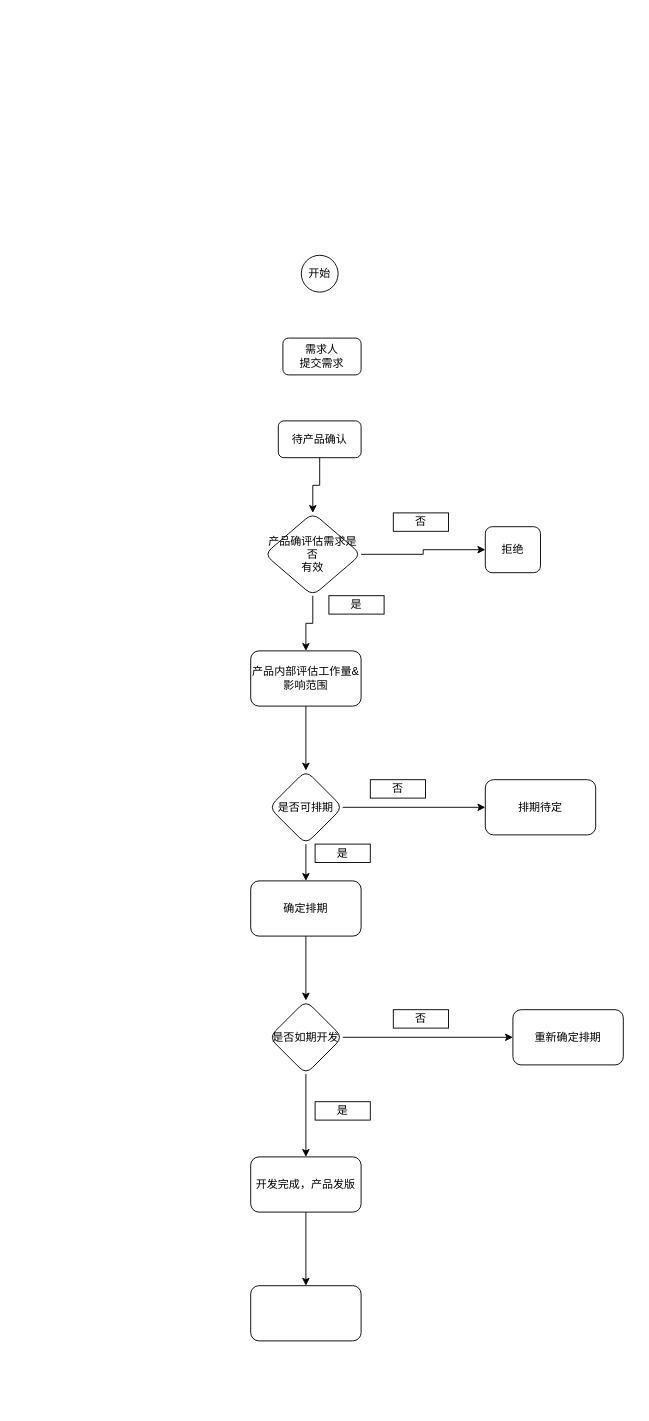
Hanan-Deng/website.github.io keeps this draw.io diagram as 需求处理状态流转图.drawio. Above is the earlier version. Source tidied: cells renumbered, new cells numbered last; positions are measured from the earlier drawing's top-left corner, leaving out a move shared by most shapes. Both pictures are drawn from the tidied source at 92%, with x=0, y=0 at pixel (250, 255).
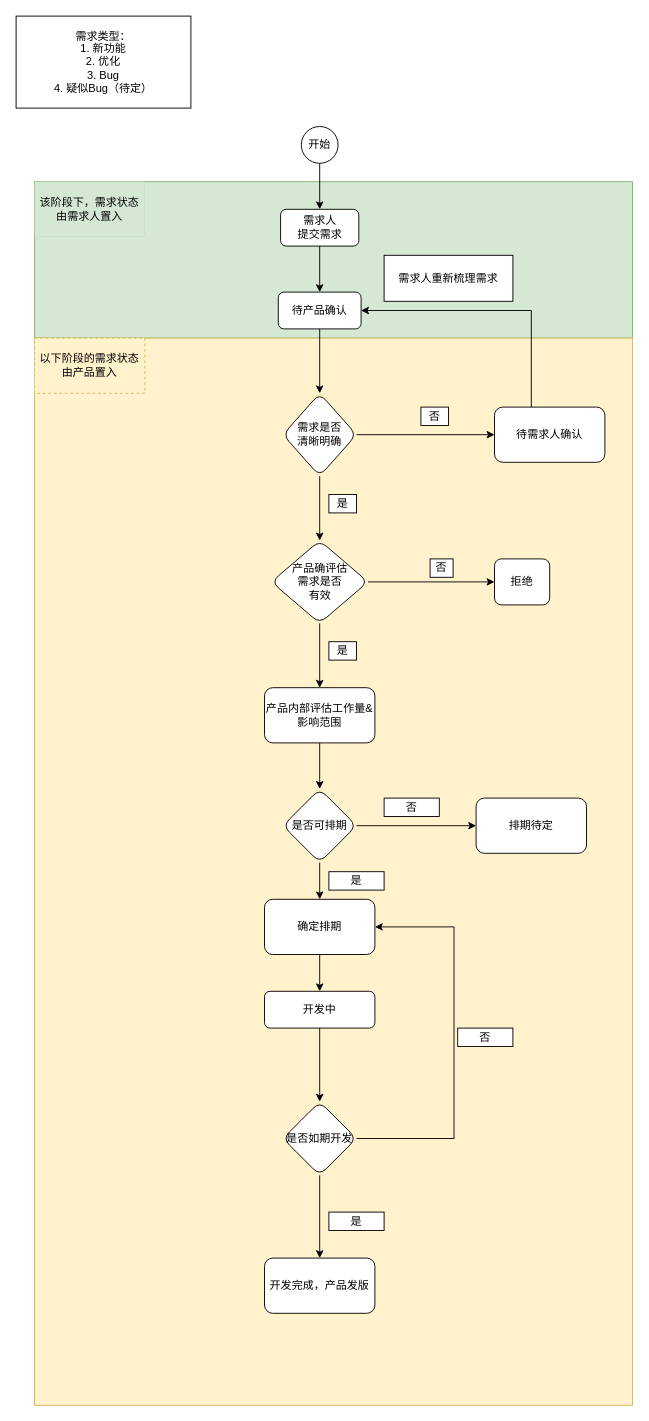
Above is the later version.

Commit message (it also covers changes not shown here):
Update 需求处理状态流转图.drawio

The edit, as a diff of the source:
```diff
@@
+    <mxCell id="31" style="rounded=0;whiteSpace=wrap;html=1;fillColor=#d5e8d4;strokeColor=#82b366;labelPosition=left;verticalLabelPosition=middle;align=right;verticalAlign=middle;" parent="1" vertex="1">
+      <mxGeometry x="-235" y="-80" width="650" height="170" as="geometry" />
+    </mxCell>
+    <mxCell id="32" style="rounded=0;whiteSpace=wrap;html=1;fillColor=#fff2cc;strokeColor=#d6b656;" parent="1" vertex="1">
+      <mxGeometry x="-235" y="90" width="650" height="1160" as="geometry" />
+    </mxCell>
+    <mxCell id="33" style="edgeStyle=orthogonalEdgeStyle;rounded=0;jettySize=auto;html=1;entryX=0.5;entryY=0;entryDx=0;entryDy=0;" parent="1" edge="1" source="2" target="8">
+      <mxGeometry relative="1" as="geometry" />
+    </mxCell>
     <mxCell id="2" value="开始" style="ellipse;whiteSpace=wrap;html=1;" parent="1" vertex="1">
-      <mxGeometry x="55" width="40" height="40" as="geometry" />
+      <mxGeometry x="55" y="-140" width="40" height="40" as="geometry" />
     </mxCell>
-    <mxCell id="3" style="edgeStyle=orthogonalEdgeStyle;rounded=0;jettySize=auto;html=1;" parent="1" edge="1" source="4" target="7">
-      <mxGeometry relative="1" as="geometry" />
-    </mxCell>
+    <mxCell id="34" style="edgeStyle=orthogonalEdgeStyle;rounded=0;jettySize=auto;html=1;" parent="1" edge="1" source="4" target="39">
+      <mxGeometry relative="1" as="geometry" />
+    </mxCell>
     <mxCell id="4" value="待产品确认" style="rounded=1;whiteSpace=wrap;html=1;" parent="1" vertex="1">
-      <mxGeometry x="30" y="180" width="90" height="40" as="geometry" />
+      <mxGeometry x="30" y="40" width="90" height="40" as="geometry" />
     </mxCell>
@@
-    <mxCell id="7" value="产品确评估需求是否&lt;br&gt;有效" style="rhombus;whiteSpace=wrap;html=1;rounded=1;" parent="1" vertex="1">
-      <mxGeometry x="15" y="280" width="105" height="90" as="geometry" />
+    <mxCell id="7" value="产品确评估&lt;br&gt;需求是否&lt;br&gt;有效" style="rhombus;whiteSpace=wrap;html=1;rounded=1;" parent="1" vertex="1">
+      <mxGeometry x="22.5" y="310" width="105" height="90" as="geometry" />
     </mxCell>
+    <mxCell id="35" style="edgeStyle=orthogonalEdgeStyle;rounded=0;jettySize=auto;html=1;entryX=0.5;entryY=0;entryDx=0;entryDy=0;" parent="1" edge="1" source="8" target="4">
+      <mxGeometry relative="1" as="geometry" />
+    </mxCell>
     <mxCell id="8" value="需求人&lt;br&gt;提交需求" style="rounded=1;whiteSpace=wrap;html=1;" parent="1" vertex="1">
-      <mxGeometry x="35" y="90" width="85" height="40" as="geometry" />
+      <mxGeometry x="32.5" y="-50" width="85" height="40" as="geometry" />
     </mxCell>
@@
     <mxCell id="10" value="产品内部评估工作量&amp;amp;影响范围" style="rounded=1;whiteSpace=wrap;html=1;" parent="1" vertex="1">
-      <mxGeometry y="430" width="120" height="60" as="geometry" />
+      <mxGeometry x="15" y="470" width="120" height="60" as="geometry" />
     </mxCell>
     <mxCell id="11" value="是" style="rounded=0;whiteSpace=wrap;html=1;" parent="1" vertex="1">
-      <mxGeometry x="85" y="370" width="60" height="20" as="geometry" />
+      <mxGeometry x="85" y="420" width="30" height="20" as="geometry" />
     </mxCell>
     <mxCell id="12" value="拒绝" style="whiteSpace=wrap;html=1;rounded=1;" parent="1" vertex="1">
-      <mxGeometry x="255" y="295" width="60" height="50" as="geometry" />
+      <mxGeometry x="265" y="330" width="60" height="50" as="geometry" />
     </mxCell>
     <mxCell id="13" value="否" style="rounded=0;whiteSpace=wrap;html=1;" parent="1" vertex="1">
-      <mxGeometry x="155" y="280" width="60" height="20" as="geometry" />
+      <mxGeometry x="195" y="330" width="25" height="20" as="geometry" />
     </mxCell>
@@
     <mxCell id="16" value="是否可排期" style="rhombus;whiteSpace=wrap;html=1;rounded=1;" parent="1" vertex="1">
-      <mxGeometry x="20" y="560" width="80" height="80" as="geometry" />
+      <mxGeometry x="35" y="580" width="80" height="80" as="geometry" />
     </mxCell>
     <mxCell id="17" value="排期待定" style="whiteSpace=wrap;html=1;rounded=1;" parent="1" vertex="1">
-      <mxGeometry x="255" y="570" width="120" height="60" as="geometry" />
+      <mxGeometry x="245" y="590" width="120" height="60" as="geometry" />
     </mxCell>
     <mxCell id="18" value="否" style="rounded=0;whiteSpace=wrap;html=1;" parent="1" vertex="1">
-      <mxGeometry x="130" y="570" width="60" height="20" as="geometry" />
+      <mxGeometry x="145" y="590" width="60" height="20" as="geometry" />
     </mxCell>
-    <mxCell id="19" style="edgeStyle=orthogonalEdgeStyle;rounded=0;jettySize=auto;html=1;" parent="1" edge="1" source="20" target="24">
-      <mxGeometry relative="1" as="geometry" />
-    </mxCell>
+    <mxCell id="36" style="edgeStyle=orthogonalEdgeStyle;rounded=0;jettySize=auto;html=1;" parent="1" edge="1" source="20" target="44">
+      <mxGeometry relative="1" as="geometry" />
+    </mxCell>
     <mxCell id="20" value="确定排期" style="rounded=1;whiteSpace=wrap;html=1;" parent="1" vertex="1">
-      <mxGeometry y="680" width="120" height="60" as="geometry" />
+      <mxGeometry x="15" y="700" width="120" height="60" as="geometry" />
     </mxCell>
     <mxCell id="21" value="是" style="rounded=0;whiteSpace=wrap;html=1;" parent="1" vertex="1">
-      <mxGeometry x="70" y="640" width="60" height="20" as="geometry" />
+      <mxGeometry x="85" y="670" width="60" height="20" as="geometry" />
     </mxCell>
-    <mxCell id="22" style="edgeStyle=orthogonalEdgeStyle;rounded=0;jettySize=auto;html=1;" parent="1" edge="1" source="24" target="25">
-      <mxGeometry relative="1" as="geometry" />
+    <mxCell id="22" style="edgeStyle=orthogonalEdgeStyle;rounded=0;jettySize=auto;html=1;entryX=1;entryY=0.5;entryDx=0;entryDy=0;exitX=1;exitY=0.5;exitDx=0;exitDy=0;" parent="1" edge="1" source="24" target="20">
+      <mxGeometry relative="1" as="geometry">
+        <Array as="points">
+          <mxPoint x="221" y="960" />
+          <mxPoint x="221" y="730" />
+        </Array>
+      </mxGeometry>
     </mxCell>
@@
     <mxCell id="24" value="是否如期开发" style="rhombus;whiteSpace=wrap;html=1;rounded=1;" parent="1" vertex="1">
-      <mxGeometry x="20" y="810" width="80" height="80" as="geometry" />
+      <mxGeometry x="35" y="920" width="80" height="80" as="geometry" />
     </mxCell>
-    <mxCell id="25" value="重新确定排期" style="rounded=1;whiteSpace=wrap;html=1;" parent="1" vertex="1">
-      <mxGeometry x="285" y="820" width="120" height="60" as="geometry" />
-    </mxCell>
-    <mxCell id="26" style="edgeStyle=orthogonalEdgeStyle;rounded=0;jettySize=auto;html=1;" parent="1" edge="1" source="27" target="30">
-      <mxGeometry relative="1" as="geometry" />
-    </mxCell>
     <mxCell id="27" value="开发完成，产品发版" style="rounded=1;whiteSpace=wrap;html=1;" parent="1" vertex="1">
-      <mxGeometry y="980" width="120" height="60" as="geometry" />
+      <mxGeometry x="15" y="1090" width="120" height="60" as="geometry" />
     </mxCell>
     <mxCell id="28" value="否" style="rounded=0;whiteSpace=wrap;html=1;" parent="1" vertex="1">
-      <mxGeometry x="155" y="820" width="60" height="20" as="geometry" />
+      <mxGeometry x="225" y="840" width="60" height="20" as="geometry" />
     </mxCell>
     <mxCell id="29" value="是" style="rounded=0;whiteSpace=wrap;html=1;" parent="1" vertex="1">
-      <mxGeometry x="70" y="920" width="60" height="20" as="geometry" />
+      <mxGeometry x="85" y="1040" width="60" height="20" as="geometry" />
     </mxCell>
-    <mxCell id="30" style="rounded=1;whiteSpace=wrap;html=1;" parent="1" vertex="1">
-      <mxGeometry y="1120" width="120" height="60" as="geometry" />
-    </mxCell>
+    <mxCell id="37" style="edgeStyle=orthogonalEdgeStyle;rounded=0;jettySize=auto;html=1;" parent="1" edge="1" source="39" target="7">
+      <mxGeometry relative="1" as="geometry" />
+    </mxCell>
+    <mxCell id="38" style="edgeStyle=orthogonalEdgeStyle;rounded=0;jettySize=auto;html=1;" parent="1" edge="1" source="39" target="40">
+      <mxGeometry relative="1" as="geometry" />
+    </mxCell>
+    <mxCell id="39" value="需求是否&lt;br&gt;清晰明确" style="rhombus;whiteSpace=wrap;html=1;rounded=1;" parent="1" vertex="1">
+      <mxGeometry x="35" y="150" width="80" height="90" as="geometry" />
+    </mxCell>
+    <mxCell id="40" value="待需求人确认" style="whiteSpace=wrap;html=1;rounded=1;" parent="1" vertex="1">
+      <mxGeometry x="265" y="165" width="120" height="60" as="geometry" />
+    </mxCell>
+    <mxCell id="41" value="否" style="rounded=0;whiteSpace=wrap;html=1;" parent="1" vertex="1">
+      <mxGeometry x="185" y="165" width="30" height="20" as="geometry" />
+    </mxCell>
+    <mxCell id="42" value="是" style="rounded=0;whiteSpace=wrap;html=1;" parent="1" vertex="1">
+      <mxGeometry x="85" y="260" width="30" height="20" as="geometry" />
+    </mxCell>
+    <mxCell id="43" style="edgeStyle=orthogonalEdgeStyle;rounded=0;jettySize=auto;html=1;entryX=0.5;entryY=0;entryDx=0;entryDy=0;" parent="1" edge="1" source="44" target="24">
+      <mxGeometry relative="1" as="geometry">
+        <Array as="points">
+          <mxPoint x="75" y="910" />
+        </Array>
+      </mxGeometry>
+    </mxCell>
+    <mxCell id="44" value="开发中" style="rounded=1;whiteSpace=wrap;html=1;" parent="1" vertex="1">
+      <mxGeometry x="15" y="800" width="120" height="40" as="geometry" />
+    </mxCell>
+    <mxCell id="45" value="需求类型：&lt;br&gt;1. 新功能&lt;br&gt;2. 优化&lt;br&gt;3. Bug&lt;br&gt;4. 疑似Bug（待定）&lt;br&gt;" style="rounded=0;whiteSpace=wrap;html=1;labelBackgroundColor=default;" parent="1" vertex="1">
+      <mxGeometry x="-255" y="-260" width="190" height="100" as="geometry" />
+    </mxCell>
+    <mxCell id="46" style="edgeStyle=orthogonalEdgeStyle;rounded=0;jettySize=auto;html=1;" parent="1" edge="1" source="40">
+      <mxGeometry relative="1" as="geometry">
+        <mxPoint x="120" y="60" as="targetPoint" />
+        <Array as="points">
+          <mxPoint x="305" y="60" />
+        </Array>
+      </mxGeometry>
+    </mxCell>
+    <mxCell id="47" value="需求人重新梳理需求" style="rounded=0;whiteSpace=wrap;html=1;" parent="1" vertex="1">
+      <mxGeometry x="145" width="140" height="50" as="geometry" />
+    </mxCell>
+    <mxCell id="48" value="该阶段下，需求状态由需求人置入" style="rounded=0;whiteSpace=wrap;html=1;fillColor=#d5e8d4;strokeColor=#82b366;strokeWidth=0;" parent="1" vertex="1">
+      <mxGeometry x="-235" y="-80" width="120" height="60" as="geometry" />
+    </mxCell>
+    <mxCell id="49" value="以下阶段的需求状态由产品置入" style="rounded=0;whiteSpace=wrap;html=1;fillColor=#fff2cc;strokeColor=#d6b656;dashed=1;" parent="1" vertex="1">
+      <mxGeometry x="-235" y="90" width="120" height="60" as="geometry" />
+    </mxCell>
```
